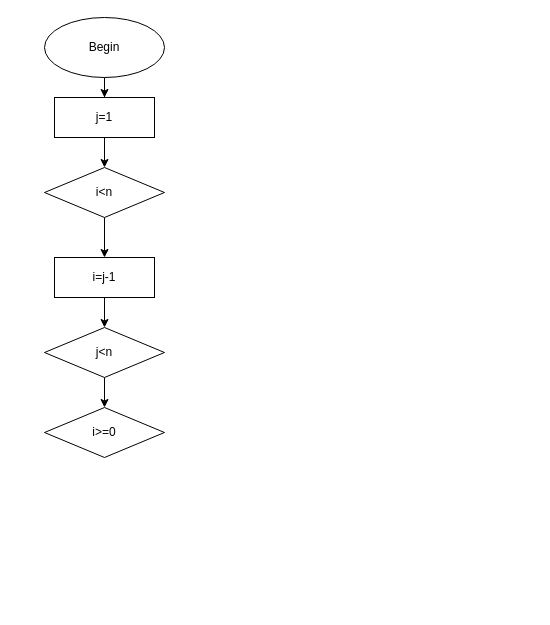
Earlier version of the draw.io diagram Sort.drawio (106210049/OOP_excercise). Source tidied: cells renumbered, new cells numbered last; positions are measured from the earlier drawing's top-left corner, leaving out a move shared by most shapes. Both pictures are drawn from the tidied source at 100%, with x=0, y=0 at pixel (44, 17).
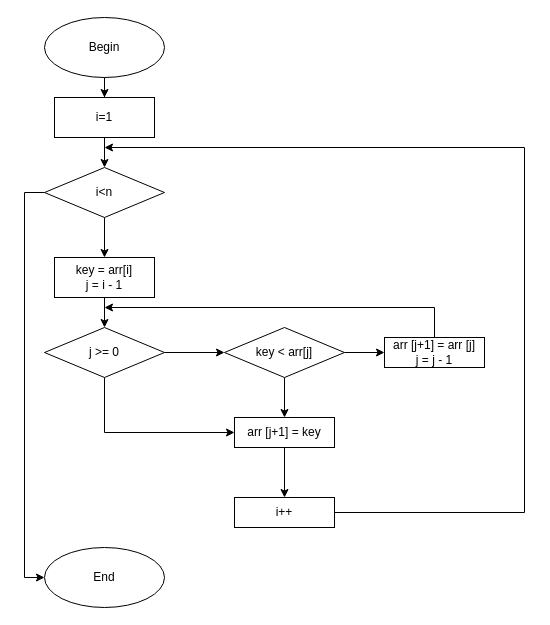
Above is the later version.

The change refers to these unchanged cells:
```xml
<mxCell id="7" value="i&amp;lt;n" style="rhombus;whiteSpace=wrap;html=1;" parent="1" vertex="1">
  <mxGeometry y="150" width="120" height="50" as="geometry" />
</mxCell>
```

Change to the diagram source:
```diff
@@
-    <mxCell id="5" value="j=1" style="rounded=0;whiteSpace=wrap;html=1;" parent="1" vertex="1">
+    <mxCell id="5" value="i=1" style="rounded=0;whiteSpace=wrap;html=1;" parent="1" vertex="1">
       <mxGeometry x="10" y="80" width="100" height="40" as="geometry" />
     </mxCell>
@@
+    <mxCell id="13" style="edgeStyle=orthogonalEdgeStyle;rounded=0;jettySize=auto;html=1;entryX=0;entryY=0.5;entryDx=0;entryDy=0;" parent="1" edge="1" source="7" target="25">
+      <mxGeometry relative="1" as="geometry">
+        <Array as="points">
+          <mxPoint x="-20" y="175" />
+          <mxPoint x="-20" y="560" />
+        </Array>
+      </mxGeometry>
+    </mxCell>
@@
-    <mxCell id="9" value="i=j-1" style="rounded=0;whiteSpace=wrap;html=1;" parent="1" vertex="1">
+    <mxCell id="9" value="key = arr[i]&lt;br&gt;j = i - 1" style="rounded=0;whiteSpace=wrap;html=1;" parent="1" vertex="1">
       <mxGeometry x="10" y="240" width="100" height="40" as="geometry" />
     </mxCell>
-    <mxCell id="10" style="edgeStyle=orthogonalEdgeStyle;rounded=0;jettySize=auto;html=1;" parent="1" edge="1" source="11" target="12">
-      <mxGeometry relative="1" as="geometry" />
-    </mxCell>
+    <mxCell id="14" style="edgeStyle=orthogonalEdgeStyle;rounded=0;jettySize=auto;html=1;exitX=1;exitY=0.5;exitDx=0;exitDy=0;entryX=0;entryY=0.5;entryDx=0;entryDy=0;" parent="1" edge="1" source="11" target="20">
+      <mxGeometry relative="1" as="geometry" />
+    </mxCell>
+    <mxCell id="15" style="edgeStyle=orthogonalEdgeStyle;rounded=0;jettySize=auto;html=1;entryX=0;entryY=0.5;entryDx=0;entryDy=0;" parent="1" edge="1" source="11" target="22">
+      <mxGeometry relative="1" as="geometry">
+        <Array as="points">
+          <mxPoint x="60" y="415" />
+        </Array>
+      </mxGeometry>
+    </mxCell>
-    <mxCell id="11" value="j&amp;lt;n" style="rhombus;whiteSpace=wrap;html=1;" parent="1" vertex="1">
+    <mxCell id="11" value="j &amp;gt;= 0" style="rhombus;whiteSpace=wrap;html=1;" parent="1" vertex="1">
       <mxGeometry y="310" width="120" height="50" as="geometry" />
     </mxCell>
-    <mxCell id="12" value="i&amp;gt;=0" style="rhombus;whiteSpace=wrap;html=1;" parent="1" vertex="1">
-      <mxGeometry y="390" width="120" height="50" as="geometry" />
-    </mxCell>
+    <mxCell id="16" style="edgeStyle=orthogonalEdgeStyle;rounded=0;jettySize=auto;html=1;exitX=0.5;exitY=0;exitDx=0;exitDy=0;" parent="1" edge="1" source="17">
+      <mxGeometry relative="1" as="geometry">
+        <mxPoint x="60" y="290" as="targetPoint" />
+        <Array as="points">
+          <mxPoint x="390" y="290" />
+        </Array>
+      </mxGeometry>
+    </mxCell>
+    <mxCell id="17" value="arr [j+1] = arr [j]&lt;br&gt;j = j - 1" style="rounded=0;whiteSpace=wrap;html=1;" parent="1" vertex="1">
+      <mxGeometry x="340" y="320" width="100" height="30" as="geometry" />
+    </mxCell>
+    <mxCell id="18" style="edgeStyle=orthogonalEdgeStyle;rounded=0;jettySize=auto;html=1;" parent="1" edge="1" source="20" target="17">
+      <mxGeometry relative="1" as="geometry" />
+    </mxCell>
+    <mxCell id="19" style="edgeStyle=orthogonalEdgeStyle;rounded=0;jettySize=auto;html=1;" parent="1" edge="1" source="20" target="22">
+      <mxGeometry relative="1" as="geometry" />
+    </mxCell>
+    <mxCell id="20" value="key &amp;lt; arr[j]" style="rhombus;whiteSpace=wrap;html=1;" parent="1" vertex="1">
+      <mxGeometry x="180" y="310" width="120" height="50" as="geometry" />
+    </mxCell>
+    <mxCell id="21" style="edgeStyle=orthogonalEdgeStyle;rounded=0;jettySize=auto;html=1;" parent="1" edge="1" source="22" target="24">
+      <mxGeometry relative="1" as="geometry" />
+    </mxCell>
+    <mxCell id="22" value="arr [j+1] = key" style="rounded=0;whiteSpace=wrap;html=1;" parent="1" vertex="1">
+      <mxGeometry x="190" y="400" width="100" height="30" as="geometry" />
+    </mxCell>
+    <mxCell id="23" style="edgeStyle=orthogonalEdgeStyle;rounded=0;jettySize=auto;html=1;exitX=1;exitY=0.5;exitDx=0;exitDy=0;" parent="1" edge="1" source="24">
+      <mxGeometry relative="1" as="geometry">
+        <mxPoint x="60" y="130" as="targetPoint" />
+        <Array as="points">
+          <mxPoint x="480" y="495" />
+          <mxPoint x="480" y="130" />
+        </Array>
+      </mxGeometry>
+    </mxCell>
+    <mxCell id="24" value="i++" style="rounded=0;whiteSpace=wrap;html=1;" parent="1" vertex="1">
+      <mxGeometry x="190" y="480" width="100" height="30" as="geometry" />
+    </mxCell>
+    <mxCell id="25" value="End" style="ellipse;whiteSpace=wrap;html=1;" parent="1" vertex="1">
+      <mxGeometry y="530" width="120" height="60" as="geometry" />
+    </mxCell>
```
